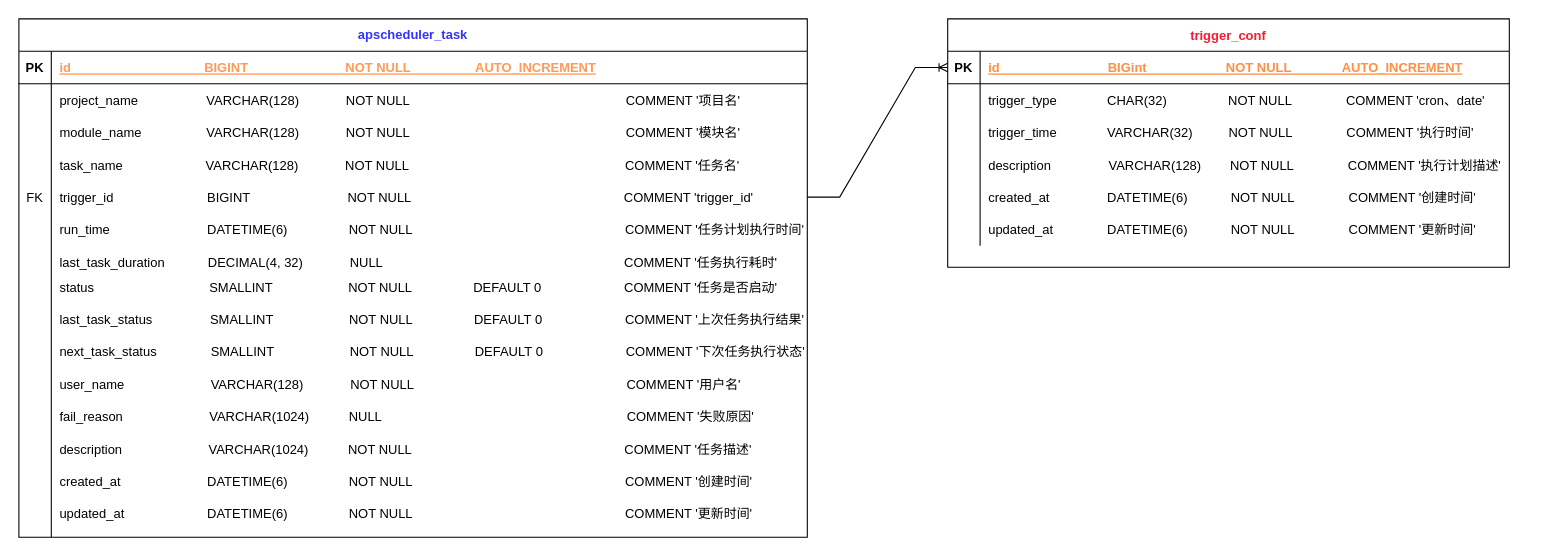
1325075688gw/-offer keeps this draw.io diagram as 未命名绘图.drawio. Above is the earlier version. Source tidied: cells renumbered, new cells numbered last; positions are measured from the earlier drawing's top-left corner, leaving out a move shared by most shapes. Both pictures are drawn from the tidied source at 108%, with x=0, y=0 at pixel (18, 18).
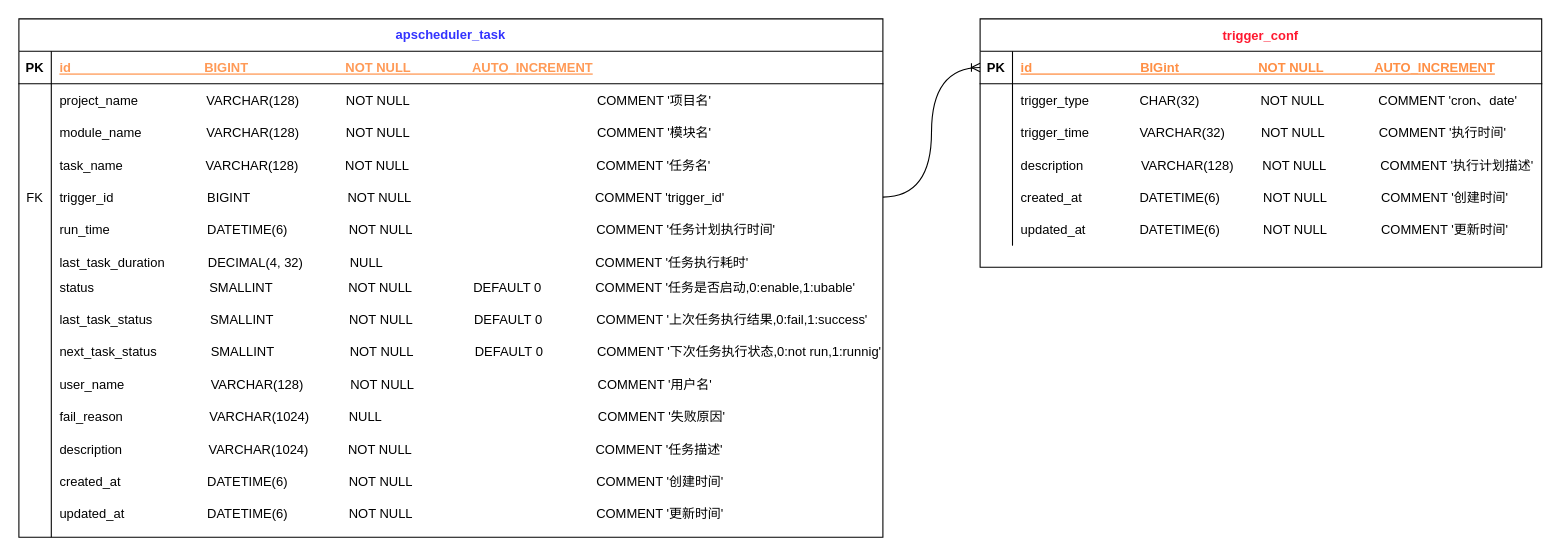
The same page after the edit.

Unchanged cells that the change refers to:
```xml
<mxCell id="3" style="shape=partialRectangle;fillColor=none;points=[[0,0.5],[1,0.5]];portConstraint=eastwest;top=0;left=0;right=0;bottom=1;" parent="2" vertex="1">
  <mxGeometry y="30" width="520" height="30" as="geometry" />
</mxCell>
```

What changed in the source:
```diff
@@
     <mxCell id="2" value="trigger_conf" style="shape=table;startSize=30;childLayout=tableLayout;rowLines=0;fontStyle=1;align=center;swimlaneFillColor=default;fontColor=#FF1930;" parent="1" vertex="1">
-      <mxGeometry x="860" width="520" height="230" as="geometry" />
+      <mxGeometry x="890" width="520" height="230" as="geometry" />
     </mxCell>
@@
     <mxCell id="21" value="apscheduler_task" style="shape=table;startSize=30;childLayout=tableLayout;rowLines=0;fontStyle=1;align=center;fontColor=#3333FF;whiteSpace=wrap;swimlaneFillColor=default;gradientColor=none;" parent="1" vertex="1">
-      <mxGeometry width="730" height="480" as="geometry" />
+      <mxGeometry width="800" height="480" as="geometry" />
     </mxCell>
     <mxCell id="22" style="shape=partialRectangle;fillColor=none;top=0;left=0;right=0;bottom=1;" parent="21" vertex="1">
-      <mxGeometry y="30" width="730" height="30" as="geometry" />
+      <mxGeometry y="30" width="800" height="30" as="geometry" />
     </mxCell>
@@
-    <mxCell id="24" value="id                                     BIGINT                           NOT NULL                  AUTO_INCREMENT" style="shape=partialRectangle;overflow=hidden;fillColor=none;top=0;left=0;bottom=0;right=0;align=left;spacingLeft=6;fontStyle=5;fontColor=#FF9A57;" parent="22" vertex="1">
-      <mxGeometry x="30" width="700" height="30" as="geometry" />
+    <mxCell id="24" value="id                                     BIGINT                           NOT NULL                 AUTO_INCREMENT" style="shape=partialRectangle;overflow=hidden;fillColor=none;top=0;left=0;bottom=0;right=0;align=left;spacingLeft=6;fontStyle=5;fontColor=#FF9A57;" parent="22" vertex="1">
+      <mxGeometry x="30" width="770" height="30" as="geometry" />
     </mxCell>
     <mxCell id="25" style="shape=partialRectangle;fillColor=none;top=0;left=0;right=0;bottom=0;" parent="21" vertex="1">
-      <mxGeometry y="60" width="730" height="30" as="geometry" />
+      <mxGeometry y="60" width="800" height="30" as="geometry" />
     </mxCell>
@@
-    <mxCell id="27" value="project_name                   VARCHAR(128)             NOT NULL                                                            COMMENT '项目名'" style="shape=partialRectangle;overflow=hidden;fillColor=none;top=0;left=0;bottom=0;right=0;align=left;spacingLeft=6;strokeColor=#EDFAFF;" parent="25" vertex="1">
-      <mxGeometry x="30" width="700" height="30" as="geometry" />
+    <mxCell id="27" value="project_name                   VARCHAR(128)             NOT NULL                                                    COMMENT '项目名'" style="shape=partialRectangle;overflow=hidden;fillColor=none;top=0;left=0;bottom=0;right=0;align=left;spacingLeft=6;strokeColor=#EDFAFF;" parent="25" vertex="1">
+      <mxGeometry x="30" width="770" height="30" as="geometry" />
     </mxCell>
     <mxCell id="28" style="shape=partialRectangle;fillColor=none;top=0;left=0;right=0;bottom=0;" parent="21" vertex="1">
-      <mxGeometry y="90" width="730" height="30" as="geometry" />
+      <mxGeometry y="90" width="800" height="30" as="geometry" />
     </mxCell>
@@
-    <mxCell id="30" value="module_name                  VARCHAR(128)             NOT NULL                                                            COMMENT '模块名'" style="shape=partialRectangle;overflow=hidden;fillColor=none;top=0;left=0;bottom=0;right=0;align=left;spacingLeft=6;strokeColor=#EDFAFF;" parent="28" vertex="1">
-      <mxGeometry x="30" width="700" height="30" as="geometry" />
+    <mxCell id="30" value="module_name                  VARCHAR(128)             NOT NULL                                                    COMMENT '模块名'" style="shape=partialRectangle;overflow=hidden;fillColor=none;top=0;left=0;bottom=0;right=0;align=left;spacingLeft=6;strokeColor=#EDFAFF;" parent="28" vertex="1">
+      <mxGeometry x="30" width="770" height="30" as="geometry" />
     </mxCell>
     <mxCell id="31" style="shape=partialRectangle;fillColor=none;top=0;left=0;right=0;bottom=0;" parent="21" vertex="1">
-      <mxGeometry y="120" width="730" height="30" as="geometry" />
+      <mxGeometry y="120" width="800" height="30" as="geometry" />
     </mxCell>
@@
-    <mxCell id="33" value="task_name                       VARCHAR(128)             NOT NULL                                                            COMMENT '任务名'" style="shape=partialRectangle;overflow=hidden;fillColor=none;top=0;left=0;bottom=0;right=0;align=left;spacingLeft=6;strokeColor=#EDFAFF;" parent="31" vertex="1">
-      <mxGeometry x="30" width="700" height="30" as="geometry" />
+    <mxCell id="33" value="task_name                       VARCHAR(128)             NOT NULL                                                    COMMENT '任务名'" style="shape=partialRectangle;overflow=hidden;fillColor=none;top=0;left=0;bottom=0;right=0;align=left;spacingLeft=6;strokeColor=#EDFAFF;" parent="31" vertex="1">
+      <mxGeometry x="30" width="770" height="30" as="geometry" />
     </mxCell>
     <mxCell id="34" style="shape=partialRectangle;fillColor=none;points=[[0,0.5],[1,0.5]];portConstraint=eastwest;top=0;left=0;right=0;bottom=0;" parent="21" vertex="1">
-      <mxGeometry y="150" width="730" height="30" as="geometry" />
+      <mxGeometry y="150" width="800" height="30" as="geometry" />
     </mxCell>
@@
-    <mxCell id="36" value="trigger_id                          BIGINT                           NOT NULL                                                           COMMENT 'trigger_id'" style="shape=partialRectangle;overflow=hidden;fillColor=none;top=0;left=0;bottom=0;right=0;align=left;spacingLeft=6;strokeColor=#EDFAFF;" parent="34" vertex="1">
-      <mxGeometry x="30" width="700" height="30" as="geometry" />
+    <mxCell id="36" value="trigger_id                          BIGINT                           NOT NULL                                                   COMMENT 'trigger_id'" style="shape=partialRectangle;overflow=hidden;fillColor=none;top=0;left=0;bottom=0;right=0;align=left;spacingLeft=6;strokeColor=#EDFAFF;" parent="34" vertex="1">
+      <mxGeometry x="30" width="770" height="30" as="geometry" />
     </mxCell>
     <mxCell id="37" style="shape=partialRectangle;fillColor=none;top=0;left=0;right=0;bottom=0;" parent="21" vertex="1">
-      <mxGeometry y="180" width="730" height="30" as="geometry" />
+      <mxGeometry y="180" width="800" height="30" as="geometry" />
     </mxCell>
@@
-    <mxCell id="39" value="run_time                           DATETIME(6)                 NOT NULL                                                           COMMENT '任务计划执行时间'" style="shape=partialRectangle;overflow=hidden;fillColor=none;top=0;left=0;bottom=0;right=0;align=left;spacingLeft=6;strokeColor=#EDFAFF;" parent="37" vertex="1">
-      <mxGeometry x="30" width="700" height="30" as="geometry" />
+    <mxCell id="39" value="run_time                           DATETIME(6)                 NOT NULL                                                   COMMENT '任务计划执行时间'" style="shape=partialRectangle;overflow=hidden;fillColor=none;top=0;left=0;bottom=0;right=0;align=left;spacingLeft=6;strokeColor=#EDFAFF;" parent="37" vertex="1">
+      <mxGeometry x="30" width="770" height="30" as="geometry" />
     </mxCell>
     <mxCell id="40" style="shape=partialRectangle;fillColor=none;top=0;left=0;right=0;bottom=0;" parent="21" vertex="1">
-      <mxGeometry y="210" width="730" height="30" as="geometry" />
+      <mxGeometry y="210" width="800" height="30" as="geometry" />
     </mxCell>
@@
-    <mxCell id="42" value="last_task_duration            DECIMAL(4, 32)             NULL                                                                   COMMENT '任务执行耗时'" style="shape=partialRectangle;overflow=hidden;fillColor=none;top=0;left=0;bottom=0;right=0;align=left;spacingLeft=6;strokeColor=#EDFAFF;" parent="40" vertex="1">
-      <mxGeometry x="30" width="700" height="30" as="geometry" />
+    <mxCell id="42" value="last_task_duration            DECIMAL(4, 32)             NULL                                                           COMMENT '任务执行耗时'" style="shape=partialRectangle;overflow=hidden;fillColor=none;top=0;left=0;bottom=0;right=0;align=left;spacingLeft=6;strokeColor=#EDFAFF;" parent="40" vertex="1">
+      <mxGeometry x="30" width="770" height="30" as="geometry" />
     </mxCell>
     <mxCell id="43" style="shape=partialRectangle;fillColor=none;top=0;left=0;right=0;bottom=0;" parent="21" vertex="1">
-      <mxGeometry y="240" width="730" height="30" as="geometry" />
+      <mxGeometry y="240" width="800" height="30" as="geometry" />
     </mxCell>
@@
-    <mxCell id="45" value="status                                SMALLINT                     NOT NULL                 DEFAULT 0                       COMMENT '任务是否启动'&#10;              " style="shape=partialRectangle;overflow=hidden;fillColor=none;top=0;left=0;bottom=0;right=0;align=left;spacingLeft=6;strokeColor=#EDFAFF;" parent="43" vertex="1">
-      <mxGeometry x="30" width="700" height="30" as="geometry" />
+    <mxCell id="45" value="status                                SMALLINT                     NOT NULL                 DEFAULT 0               COMMENT '任务是否启动,0:enable,1:ubable'&#10;              " style="shape=partialRectangle;overflow=hidden;fillColor=none;top=0;left=0;bottom=0;right=0;align=left;spacingLeft=6;strokeColor=#EDFAFF;" parent="43" vertex="1">
+      <mxGeometry x="30" width="770" height="30" as="geometry" />
     </mxCell>
     <mxCell id="46" style="shape=partialRectangle;fillColor=none;top=0;left=0;right=0;bottom=0;" parent="21" vertex="1">
-      <mxGeometry y="270" width="730" height="30" as="geometry" />
+      <mxGeometry y="270" width="800" height="30" as="geometry" />
     </mxCell>
@@
-    <mxCell id="48" value="last_task_status                SMALLINT                     NOT NULL                 DEFAULT 0                       COMMENT '上次任务执行结果'&#10; " style="shape=partialRectangle;overflow=hidden;fillColor=none;top=0;left=0;bottom=0;right=0;align=left;spacingLeft=6;strokeColor=#EDFAFF;" parent="46" vertex="1">
-      <mxGeometry x="30" width="700" height="30" as="geometry" />
+    <mxCell id="48" value="last_task_status                SMALLINT                     NOT NULL                 DEFAULT 0               COMMENT '上次任务执行结果,0:fail,1:success'&#10; " style="shape=partialRectangle;overflow=hidden;fillColor=none;top=0;left=0;bottom=0;right=0;align=left;spacingLeft=6;strokeColor=#EDFAFF;" parent="46" vertex="1">
+      <mxGeometry x="30" width="770" height="30" as="geometry" />
     </mxCell>
     <mxCell id="49" style="shape=partialRectangle;fillColor=none;top=0;left=0;right=0;bottom=0;" parent="21" vertex="1">
-      <mxGeometry y="300" width="730" height="30" as="geometry" />
+      <mxGeometry y="300" width="800" height="30" as="geometry" />
     </mxCell>
@@
-    <mxCell id="51" value="next_task_status               SMALLINT                     NOT NULL                 DEFAULT 0                       COMMENT '下次任务执行状态'&#10; " style="shape=partialRectangle;overflow=hidden;fillColor=none;top=0;left=0;bottom=0;right=0;align=left;spacingLeft=6;strokeColor=#EDFAFF;" parent="49" vertex="1">
-      <mxGeometry x="30" width="700" height="30" as="geometry" />
+    <mxCell id="51" value="next_task_status               SMALLINT                     NOT NULL                 DEFAULT 0               COMMENT '下次任务执行状态,0:not run,1:runnig'&#10; " style="shape=partialRectangle;overflow=hidden;fillColor=none;top=0;left=0;bottom=0;right=0;align=left;spacingLeft=6;strokeColor=#EDFAFF;" parent="49" vertex="1">
+      <mxGeometry x="30" width="770" height="30" as="geometry" />
     </mxCell>
     <mxCell id="52" style="shape=partialRectangle;fillColor=none;top=0;left=0;right=0;bottom=0;" parent="21" vertex="1">
-      <mxGeometry y="330" width="730" height="30" as="geometry" />
+      <mxGeometry y="330" width="800" height="30" as="geometry" />
     </mxCell>
@@
-    <mxCell id="54" value="user_name                        VARCHAR(128)             NOT NULL                                                           COMMENT '用户名'&#10; " style="shape=partialRectangle;overflow=hidden;fillColor=none;top=0;left=0;bottom=0;right=0;align=left;spacingLeft=6;strokeColor=#EDFAFF;" parent="52" vertex="1">
-      <mxGeometry x="30" width="700" height="30" as="geometry" />
+    <mxCell id="54" value="user_name                        VARCHAR(128)             NOT NULL                                                   COMMENT '用户名'&#10; " style="shape=partialRectangle;overflow=hidden;fillColor=none;top=0;left=0;bottom=0;right=0;align=left;spacingLeft=6;strokeColor=#EDFAFF;" parent="52" vertex="1">
+      <mxGeometry x="30" width="770" height="30" as="geometry" />
     </mxCell>
     <mxCell id="55" style="shape=partialRectangle;fillColor=none;top=0;left=0;right=0;bottom=0;" parent="21" vertex="1">
-      <mxGeometry y="360" width="730" height="30" as="geometry" />
+      <mxGeometry y="360" width="800" height="30" as="geometry" />
     </mxCell>
@@
-    <mxCell id="57" value="fail_reason                        VARCHAR(1024)           NULL                                                                    COMMENT '失败原因'&#10; " style="shape=partialRectangle;overflow=hidden;fillColor=none;top=0;left=0;bottom=0;right=0;align=left;spacingLeft=6;strokeColor=#EDFAFF;" parent="55" vertex="1">
-      <mxGeometry x="30" width="700" height="30" as="geometry" />
+    <mxCell id="57" value="fail_reason                        VARCHAR(1024)           NULL                                                            COMMENT '失败原因'&#10; " style="shape=partialRectangle;overflow=hidden;fillColor=none;top=0;left=0;bottom=0;right=0;align=left;spacingLeft=6;strokeColor=#EDFAFF;" parent="55" vertex="1">
+      <mxGeometry x="30" width="770" height="30" as="geometry" />
     </mxCell>
     <mxCell id="58" style="shape=partialRectangle;fillColor=none;top=0;left=0;right=0;bottom=0;" parent="21" vertex="1">
-      <mxGeometry y="390" width="730" height="30" as="geometry" />
+      <mxGeometry y="390" width="800" height="30" as="geometry" />
     </mxCell>
@@
-    <mxCell id="60" value="description                        VARCHAR(1024)           NOT NULL                                                           COMMENT '任务描述'&#10; " style="shape=partialRectangle;overflow=hidden;fillColor=none;top=0;left=0;bottom=0;right=0;align=left;spacingLeft=6;strokeColor=#EDFAFF;" parent="58" vertex="1">
-      <mxGeometry x="30" width="700" height="30" as="geometry" />
+    <mxCell id="60" value="description                        VARCHAR(1024)           NOT NULL                                                   COMMENT '任务描述'&#10; " style="shape=partialRectangle;overflow=hidden;fillColor=none;top=0;left=0;bottom=0;right=0;align=left;spacingLeft=6;strokeColor=#EDFAFF;" parent="58" vertex="1">
+      <mxGeometry x="30" width="770" height="30" as="geometry" />
     </mxCell>
     <mxCell id="61" style="shape=partialRectangle;fillColor=none;top=0;left=0;right=0;bottom=0;" parent="21" vertex="1">
-      <mxGeometry y="420" width="730" height="30" as="geometry" />
+      <mxGeometry y="420" width="800" height="30" as="geometry" />
     </mxCell>
@@
-    <mxCell id="63" value="created_at                        DATETIME(6)                 NOT NULL                                                           COMMENT '创建时间'&#10; " style="shape=partialRectangle;overflow=hidden;fillColor=none;top=0;left=0;bottom=0;right=0;align=left;spacingLeft=6;strokeColor=#EDFAFF;" parent="61" vertex="1">
-      <mxGeometry x="30" width="700" height="30" as="geometry" />
+    <mxCell id="63" value="created_at                        DATETIME(6)                 NOT NULL                                                   COMMENT '创建时间'&#10; " style="shape=partialRectangle;overflow=hidden;fillColor=none;top=0;left=0;bottom=0;right=0;align=left;spacingLeft=6;strokeColor=#EDFAFF;" parent="61" vertex="1">
+      <mxGeometry x="30" width="770" height="30" as="geometry" />
     </mxCell>
     <mxCell id="64" style="shape=partialRectangle;fillColor=none;top=0;left=0;right=0;bottom=0;" parent="21" vertex="1">
-      <mxGeometry y="450" width="730" height="30" as="geometry" />
+      <mxGeometry y="450" width="800" height="30" as="geometry" />
     </mxCell>
@@
-    <mxCell id="66" value="updated_at                       DATETIME(6)                 NOT NULL                                                           COMMENT '更新时间'&#10; " style="shape=partialRectangle;overflow=hidden;fillColor=none;top=0;left=0;bottom=0;right=0;align=left;spacingLeft=6;strokeColor=#EDFAFF;" parent="64" vertex="1">
-      <mxGeometry x="30" width="700" height="30" as="geometry" />
+    <mxCell id="66" value="updated_at                       DATETIME(6)                 NOT NULL                                                   COMMENT '更新时间'&#10; " style="shape=partialRectangle;overflow=hidden;fillColor=none;top=0;left=0;bottom=0;right=0;align=left;spacingLeft=6;strokeColor=#EDFAFF;" parent="64" vertex="1">
+      <mxGeometry x="30" width="770" height="30" as="geometry" />
     </mxCell>
-    <mxCell id="67" style="edgeStyle=entityRelationEdgeStyle;fontSize=12;html=1;endArrow=ERoneToMany;rounded=0;entryX=0;entryY=0.5;entryDx=0;entryDy=0;exitX=1;exitY=0.5;exitDx=0;exitDy=0;" parent="1" edge="1" source="34" target="3">
+    <mxCell id="67" style="edgeStyle=orthogonalEdgeStyle;fontSize=12;html=1;endArrow=ERoneToMany;rounded=0;entryX=0;entryY=0.5;entryDx=0;entryDy=0;exitX=1;exitY=0.5;exitDx=0;exitDy=0;curved=1;" parent="1" edge="1" source="34" target="3">
       <mxGeometry relative="1" as="geometry" />
     </mxCell>
```
